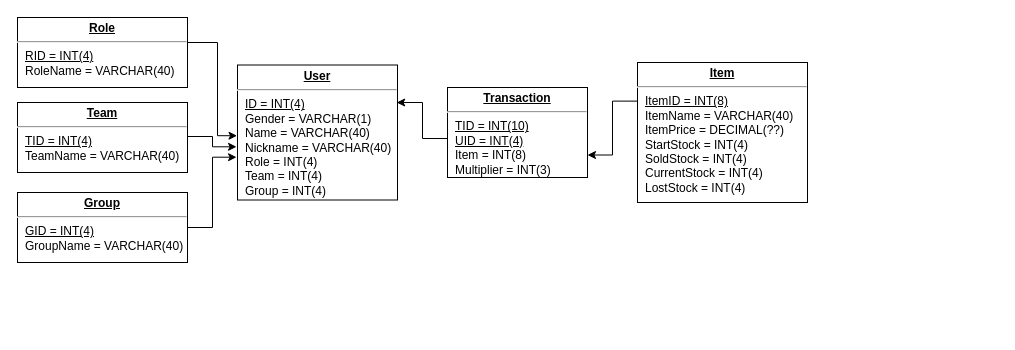
YoonAddicting/Beverage-Python keeps this draw.io diagram as Database.drawio. Above is the earlier version. Source tidied: cells renumbered, new cells numbered last; positions are measured from the earlier drawing's top-left corner, leaving out a move shared by most shapes. Both pictures are drawn from the tidied source at 100%, with x=0, y=0 at pixel (17, 17).
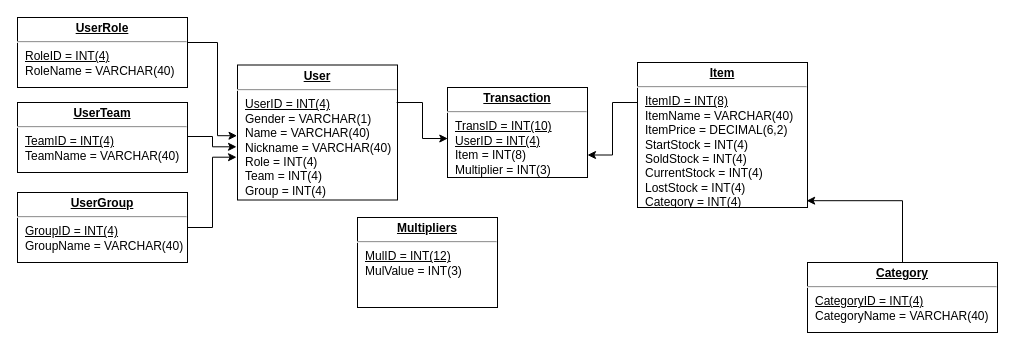
The same diagram, later.

Diff of the diagram source:
```diff
@@
 <mxGraphModel background="#ffffff">
   <root>
     <mxCell id="0" />
     <mxCell id="1" parent="0" />
-    <mxCell id="2" value="&lt;p style=&quot;margin: 0px ; margin-top: 4px ; text-align: center ; text-decoration: underline&quot;&gt;&lt;b&gt;User&lt;/b&gt;&lt;/p&gt;&lt;hr&gt;&lt;p style=&quot;margin: 0px ; margin-left: 8px&quot;&gt;&lt;u&gt;ID = INT(4)&lt;/u&gt;&lt;/p&gt;&lt;p style=&quot;margin: 0px ; margin-left: 8px&quot;&gt;Gender = VARCHAR(1)&lt;/p&gt;&lt;p style=&quot;margin: 0px ; margin-left: 8px&quot;&gt;Name = VARCHAR(40)&lt;/p&gt;&lt;p style=&quot;margin: 0px ; margin-left: 8px&quot;&gt;Nickname = VARCHAR(40)&lt;/p&gt;&lt;p style=&quot;margin: 0px ; margin-left: 8px&quot;&gt;Role = INT(4)&lt;/p&gt;&lt;p style=&quot;margin: 0px ; margin-left: 8px&quot;&gt;Team = INT(4)&lt;/p&gt;&lt;p style=&quot;margin: 0px ; margin-left: 8px&quot;&gt;Group = INT(4)&lt;/p&gt;" style="verticalAlign=top;align=left;overflow=fill;fontSize=12;fontFamily=Helvetica;html=1;rounded=0;shadow=0;comic=0;labelBackgroundColor=none;strokeWidth=1;" parent="1" vertex="1">
+    <mxCell id="2" value="&lt;p style=&quot;margin: 0px ; margin-top: 4px ; text-align: center ; text-decoration: underline&quot;&gt;&lt;b&gt;User&lt;/b&gt;&lt;/p&gt;&lt;hr&gt;&lt;p style=&quot;margin: 0px ; margin-left: 8px&quot;&gt;&lt;u&gt;UserID = INT(4)&lt;/u&gt;&lt;/p&gt;&lt;p style=&quot;margin: 0px ; margin-left: 8px&quot;&gt;Gender = VARCHAR(1)&lt;/p&gt;&lt;p style=&quot;margin: 0px ; margin-left: 8px&quot;&gt;Name = VARCHAR(40)&lt;/p&gt;&lt;p style=&quot;margin: 0px ; margin-left: 8px&quot;&gt;Nickname = VARCHAR(40)&lt;/p&gt;&lt;p style=&quot;margin: 0px ; margin-left: 8px&quot;&gt;Role = INT(4)&lt;/p&gt;&lt;p style=&quot;margin: 0px ; margin-left: 8px&quot;&gt;Team = INT(4)&lt;/p&gt;&lt;p style=&quot;margin: 0px ; margin-left: 8px&quot;&gt;Group = INT(4)&lt;/p&gt;" style="verticalAlign=top;align=left;overflow=fill;fontSize=12;fontFamily=Helvetica;html=1;rounded=0;shadow=0;comic=0;labelBackgroundColor=none;strokeWidth=1;" parent="1" vertex="1">
       <mxGeometry x="220" y="47.5" width="160" height="135" as="geometry" />
     </mxCell>
     <mxCell id="3" style="edgeStyle=orthogonalEdgeStyle;rounded=0;jettySize=auto;html=1;entryX=-0.006;entryY=0.606;entryDx=0;entryDy=0;entryPerimeter=0;exitX=0.994;exitY=0.486;exitDx=0;exitDy=0;exitPerimeter=0;" parent="1" edge="1" source="4" target="2">
       <mxGeometry relative="1" as="geometry" />
     </mxCell>
-    <mxCell id="4" value="&lt;p style=&quot;margin: 0px ; margin-top: 4px ; text-align: center ; text-decoration: underline&quot;&gt;&lt;b&gt;Team&lt;/b&gt;&lt;/p&gt;&lt;hr&gt;&lt;p style=&quot;margin: 0px ; margin-left: 8px&quot;&gt;&lt;u&gt;TID = INT(4)&lt;/u&gt;&lt;br&gt;TeamName = VARCHAR(40)&lt;br&gt;&lt;/p&gt;" style="verticalAlign=top;align=left;overflow=fill;fontSize=12;fontFamily=Helvetica;html=1;rounded=0;shadow=0;comic=0;labelBackgroundColor=none;strokeWidth=1;" parent="1" vertex="1">
+    <mxCell id="4" value="&lt;p style=&quot;margin: 0px ; margin-top: 4px ; text-align: center ; text-decoration: underline&quot;&gt;&lt;b&gt;UserTeam&lt;/b&gt;&lt;/p&gt;&lt;hr&gt;&lt;p style=&quot;margin: 0px ; margin-left: 8px&quot;&gt;&lt;u&gt;TeamID = INT(4)&lt;/u&gt;&lt;br&gt;TeamName = VARCHAR(40)&lt;br&gt;&lt;/p&gt;" style="verticalAlign=top;align=left;overflow=fill;fontSize=12;fontFamily=Helvetica;html=1;rounded=0;shadow=0;comic=0;labelBackgroundColor=none;strokeWidth=1;" parent="1" vertex="1">
       <mxGeometry y="85" width="170" height="70" as="geometry" />
     </mxCell>
     <mxCell id="5" style="edgeStyle=orthogonalEdgeStyle;rounded=0;jettySize=auto;html=1;entryX=-0.006;entryY=0.683;entryDx=0;entryDy=0;entryPerimeter=0;" parent="1" edge="1" source="6" target="2">
       <mxGeometry relative="1" as="geometry" />
     </mxCell>
-    <mxCell id="6" value="&lt;p style=&quot;margin: 0px ; margin-top: 4px ; text-align: center ; text-decoration: underline&quot;&gt;&lt;b&gt;Group&lt;/b&gt;&lt;/p&gt;&lt;hr&gt;&lt;p style=&quot;margin: 0px ; margin-left: 8px&quot;&gt;&lt;u&gt;GID = INT(4)&lt;/u&gt;&lt;br&gt;GroupName = VARCHAR(40)&lt;/p&gt;&lt;p style=&quot;margin: 0px ; margin-left: 8px&quot;&gt;&lt;br&gt;&lt;/p&gt;" style="verticalAlign=top;align=left;overflow=fill;fontSize=12;fontFamily=Helvetica;html=1;rounded=0;shadow=0;comic=0;labelBackgroundColor=none;strokeWidth=1;" parent="1" vertex="1">
+    <mxCell id="6" value="&lt;p style=&quot;margin: 0px ; margin-top: 4px ; text-align: center ; text-decoration: underline&quot;&gt;&lt;b&gt;UserGroup&lt;/b&gt;&lt;/p&gt;&lt;hr&gt;&lt;p style=&quot;margin: 0px ; margin-left: 8px&quot;&gt;&lt;u&gt;GroupID = INT(4)&lt;/u&gt;&lt;br&gt;GroupName = VARCHAR(40)&lt;/p&gt;&lt;p style=&quot;margin: 0px ; margin-left: 8px&quot;&gt;&lt;br&gt;&lt;/p&gt;" style="verticalAlign=top;align=left;overflow=fill;fontSize=12;fontFamily=Helvetica;html=1;rounded=0;shadow=0;comic=0;labelBackgroundColor=none;strokeWidth=1;" parent="1" vertex="1">
       <mxGeometry y="175" width="170" height="70" as="geometry" />
     </mxCell>
     <mxCell id="7" style="edgeStyle=orthogonalEdgeStyle;rounded=0;jettySize=auto;html=1;entryX=1;entryY=0.75;entryDx=0;entryDy=0;exitX=0.005;exitY=0.276;exitDx=0;exitDy=0;exitPerimeter=0;" parent="1" edge="1" source="8" target="12">
       <mxGeometry relative="1" as="geometry" />
     </mxCell>
-    <mxCell id="8" value="&lt;p style=&quot;margin: 0px ; margin-top: 4px ; text-align: center ; text-decoration: underline&quot;&gt;&lt;b&gt;Item&lt;/b&gt;&lt;/p&gt;&lt;hr&gt;&lt;p style=&quot;margin: 0px ; margin-left: 8px&quot;&gt;&lt;u&gt;ItemID = INT(8)&lt;/u&gt;&lt;br&gt;ItemName = VARCHAR(40)&lt;/p&gt;&lt;p style=&quot;margin: 0px ; margin-left: 8px&quot;&gt;ItemPrice = DECIMAL(??)&lt;/p&gt;&lt;p style=&quot;margin: 0px ; margin-left: 8px&quot;&gt;StartStock = INT(4)&lt;/p&gt;&lt;p style=&quot;margin: 0px ; margin-left: 8px&quot;&gt;SoldStock = INT(4)&lt;/p&gt;&lt;p style=&quot;margin: 0px ; margin-left: 8px&quot;&gt;CurrentStock = INT(4)&lt;/p&gt;&lt;p style=&quot;margin: 0px ; margin-left: 8px&quot;&gt;LostStock = INT(4)&lt;br&gt;&lt;br&gt;&lt;/p&gt;" style="verticalAlign=top;align=left;overflow=fill;fontSize=12;fontFamily=Helvetica;html=1;rounded=0;shadow=0;comic=0;labelBackgroundColor=none;strokeWidth=1;" parent="1" vertex="1">
-      <mxGeometry x="620" y="45" width="170" height="140" as="geometry" />
+    <mxCell id="8" value="&lt;p style=&quot;margin: 0px ; margin-top: 4px ; text-align: center ; text-decoration: underline&quot;&gt;&lt;b&gt;Item&lt;/b&gt;&lt;/p&gt;&lt;hr&gt;&lt;p style=&quot;margin: 0px ; margin-left: 8px&quot;&gt;&lt;u&gt;ItemID = INT(8)&lt;/u&gt;&lt;br&gt;ItemName = VARCHAR(40)&lt;/p&gt;&lt;p style=&quot;margin: 0px ; margin-left: 8px&quot;&gt;ItemPrice = DECIMAL(6,2)&lt;/p&gt;&lt;p style=&quot;margin: 0px ; margin-left: 8px&quot;&gt;StartStock = INT(4)&lt;/p&gt;&lt;p style=&quot;margin: 0px ; margin-left: 8px&quot;&gt;SoldStock = INT(4)&lt;/p&gt;&lt;p style=&quot;margin: 0px ; margin-left: 8px&quot;&gt;CurrentStock = INT(4)&lt;/p&gt;&lt;p style=&quot;margin: 0px ; margin-left: 8px&quot;&gt;LostStock = INT(4)&lt;/p&gt;&lt;p style=&quot;margin: 0px ; margin-left: 8px&quot;&gt;Category = INT(4)&lt;br&gt;&lt;br&gt;&lt;/p&gt;" style="verticalAlign=top;align=left;overflow=fill;fontSize=12;fontFamily=Helvetica;html=1;rounded=0;shadow=0;comic=0;labelBackgroundColor=none;strokeWidth=1;" parent="1" vertex="1">
+      <mxGeometry x="620" y="45" width="170" height="145" as="geometry" />
     </mxCell>
     <mxCell id="9" style="edgeStyle=orthogonalEdgeStyle;rounded=0;jettySize=auto;html=1;entryX=-0.003;entryY=0.524;entryDx=0;entryDy=0;entryPerimeter=0;" parent="1" edge="1" source="10" target="2">
       <mxGeometry relative="1" as="geometry">
         <Array as="points">
           <mxPoint x="200" y="25" />
           <mxPoint x="200" y="119" />
           <mxPoint x="219" y="119" />
         </Array>
       </mxGeometry>
     </mxCell>
-    <mxCell id="10" value="&lt;p style=&quot;margin: 0px ; margin-top: 4px ; text-align: center ; text-decoration: underline&quot;&gt;&lt;b&gt;Role&lt;/b&gt;&lt;/p&gt;&lt;hr&gt;&lt;p style=&quot;margin: 0px ; margin-left: 8px&quot;&gt;&lt;u&gt;RID = INT(4)&lt;/u&gt;&lt;/p&gt;&lt;p style=&quot;margin: 0px ; margin-left: 8px&quot;&gt;RoleName = VARCHAR(40)&lt;/p&gt;" style="verticalAlign=top;align=left;overflow=fill;fontSize=12;fontFamily=Helvetica;html=1;rounded=0;shadow=0;comic=0;labelBackgroundColor=none;strokeWidth=1;" parent="1" vertex="1">
+    <mxCell id="10" value="&lt;p style=&quot;margin: 0px ; margin-top: 4px ; text-align: center ; text-decoration: underline&quot;&gt;&lt;b&gt;UserRole&lt;/b&gt;&lt;/p&gt;&lt;hr&gt;&lt;p style=&quot;margin: 0px ; margin-left: 8px&quot;&gt;&lt;u&gt;RoleID = INT(4)&lt;/u&gt;&lt;/p&gt;&lt;p style=&quot;margin: 0px ; margin-left: 8px&quot;&gt;RoleName = VARCHAR(40)&lt;/p&gt;" style="verticalAlign=top;align=left;overflow=fill;fontSize=12;fontFamily=Helvetica;html=1;rounded=0;shadow=0;comic=0;labelBackgroundColor=none;strokeWidth=1;" parent="1" vertex="1">
       <mxGeometry width="170" height="70" as="geometry" />
     </mxCell>
-    <mxCell id="11" style="edgeStyle=orthogonalEdgeStyle;rounded=0;jettySize=auto;html=1;entryX=0.995;entryY=0.278;entryDx=0;entryDy=0;entryPerimeter=0;exitX=0.002;exitY=0.567;exitDx=0;exitDy=0;exitPerimeter=0;" parent="1" edge="1" source="12" target="2">
+    <mxCell id="11" style="edgeStyle=orthogonalEdgeStyle;rounded=0;jettySize=auto;html=1;entryX=0.002;entryY=0.567;entryDx=0;entryDy=0;entryPerimeter=0;exitX=0.995;exitY=0.278;exitDx=0;exitDy=0;exitPerimeter=0;" parent="1" edge="1" source="2" target="12">
       <mxGeometry relative="1" as="geometry" />
     </mxCell>
-    <mxCell id="12" value="&lt;p style=&quot;margin: 0px ; margin-top: 4px ; text-align: center ; text-decoration: underline&quot;&gt;&lt;b&gt;Transaction&lt;/b&gt;&lt;/p&gt;&lt;hr&gt;&lt;p style=&quot;margin: 0px ; margin-left: 8px&quot;&gt;&lt;u&gt;TID = INT(10)&lt;/u&gt;&lt;/p&gt;&lt;p style=&quot;margin: 0px ; margin-left: 8px&quot;&gt;&lt;u&gt;UID = INT(4)&lt;/u&gt;&lt;/p&gt;&lt;p style=&quot;margin: 0px ; margin-left: 8px&quot;&gt;Item = INT(8)&lt;/p&gt;&lt;p style=&quot;margin: 0px ; margin-left: 8px&quot;&gt;Multiplier = INT(3)&lt;/p&gt;&lt;p style=&quot;margin: 0px ; margin-left: 8px&quot;&gt;&lt;br&gt;&lt;/p&gt;" style="verticalAlign=top;align=left;overflow=fill;fontSize=12;fontFamily=Helvetica;html=1;rounded=0;shadow=0;comic=0;labelBackgroundColor=none;strokeWidth=1;" parent="1" vertex="1">
+    <mxCell id="12" value="&lt;p style=&quot;margin: 0px ; margin-top: 4px ; text-align: center ; text-decoration: underline&quot;&gt;&lt;b&gt;Transaction&lt;/b&gt;&lt;/p&gt;&lt;hr&gt;&lt;p style=&quot;margin: 0px ; margin-left: 8px&quot;&gt;&lt;u&gt;TransID = INT(10)&lt;/u&gt;&lt;/p&gt;&lt;p style=&quot;margin: 0px ; margin-left: 8px&quot;&gt;&lt;u&gt;UserID = INT(4)&lt;/u&gt;&lt;/p&gt;&lt;p style=&quot;margin: 0px ; margin-left: 8px&quot;&gt;Item = INT(8)&lt;/p&gt;&lt;p style=&quot;margin: 0px ; margin-left: 8px&quot;&gt;Multiplier = INT(3)&lt;/p&gt;&lt;p style=&quot;margin: 0px ; margin-left: 8px&quot;&gt;&lt;br&gt;&lt;/p&gt;" style="verticalAlign=top;align=left;overflow=fill;fontSize=12;fontFamily=Helvetica;html=1;rounded=0;shadow=0;comic=0;labelBackgroundColor=none;strokeWidth=1;" parent="1" vertex="1">
       <mxGeometry x="430" y="70" width="140" height="90" as="geometry" />
     </mxCell>
+    <mxCell id="13" value="&lt;p style=&quot;margin: 0px ; margin-top: 4px ; text-align: center ; text-decoration: underline&quot;&gt;&lt;b&gt;Multipliers&lt;/b&gt;&lt;/p&gt;&lt;hr&gt;&lt;p style=&quot;margin: 0px ; margin-left: 8px&quot;&gt;&lt;u&gt;MulID = INT(12)&lt;/u&gt;&lt;/p&gt;&lt;p style=&quot;margin: 0px ; margin-left: 8px&quot;&gt;MulValue = INT(3)&lt;/p&gt;&lt;p style=&quot;margin: 0px ; margin-left: 8px&quot;&gt;&lt;br&gt;&lt;/p&gt;" style="verticalAlign=top;align=left;overflow=fill;fontSize=12;fontFamily=Helvetica;html=1;rounded=0;shadow=0;comic=0;labelBackgroundColor=none;strokeWidth=1;" parent="1" vertex="1">
+      <mxGeometry x="340" y="200" width="140" height="90" as="geometry" />
+    </mxCell>
+    <mxCell id="14" style="edgeStyle=orthogonalEdgeStyle;rounded=0;jettySize=auto;html=1;entryX=0.995;entryY=0.953;entryDx=0;entryDy=0;entryPerimeter=0;" parent="1" edge="1" source="15" target="8">
+      <mxGeometry relative="1" as="geometry" />
+    </mxCell>
+    <mxCell id="15" value="&lt;p style=&quot;margin: 0px ; margin-top: 4px ; text-align: center ; text-decoration: underline&quot;&gt;&lt;b&gt;Category&lt;/b&gt;&lt;/p&gt;&lt;hr&gt;&lt;p style=&quot;margin: 0px ; margin-left: 8px&quot;&gt;&lt;span&gt;&lt;u&gt;CategoryID = INT(4)&lt;/u&gt;&lt;/span&gt;&lt;/p&gt;&lt;p style=&quot;margin: 0px ; margin-left: 8px&quot;&gt;&lt;span&gt;CategoryName = VARCHAR(40)&lt;/span&gt;&lt;/p&gt;" style="verticalAlign=top;align=left;overflow=fill;fontSize=12;fontFamily=Helvetica;html=1;rounded=0;shadow=0;comic=0;labelBackgroundColor=none;strokeWidth=1;" parent="1" vertex="1">
+      <mxGeometry x="790" y="245" width="190" height="70" as="geometry" />
+    </mxCell>
   </root>
 </mxGraphModel>
```
